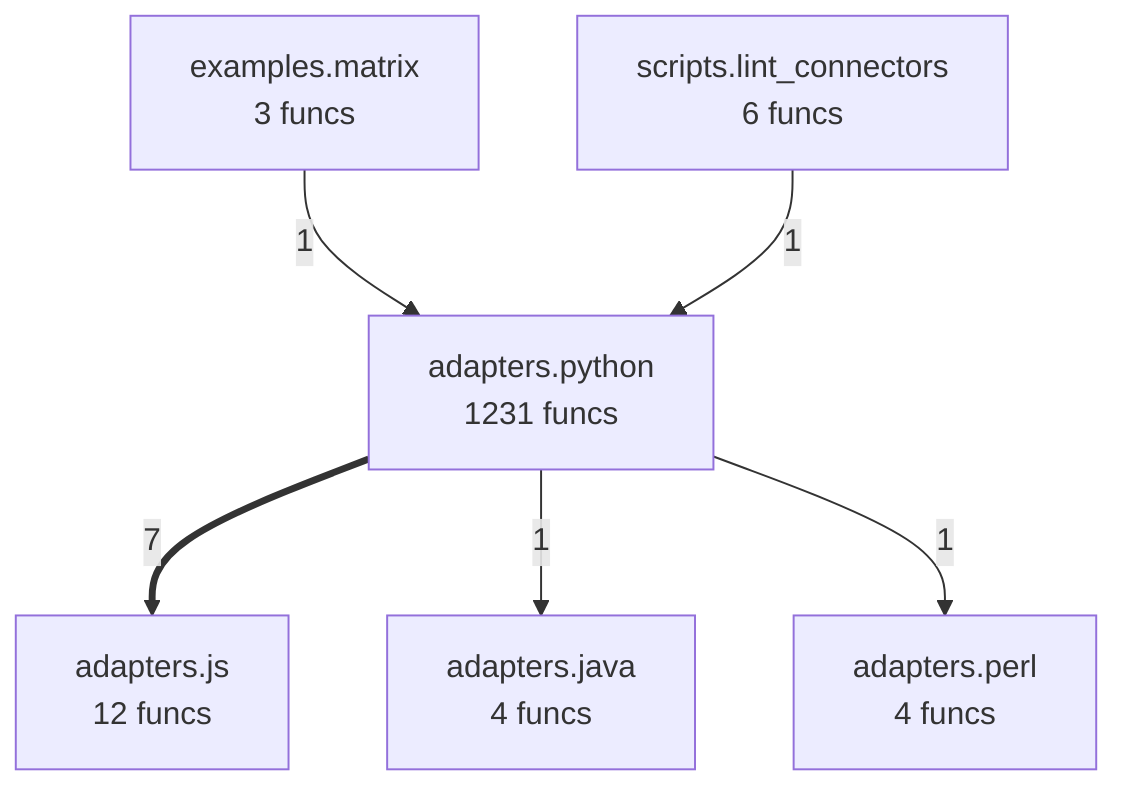
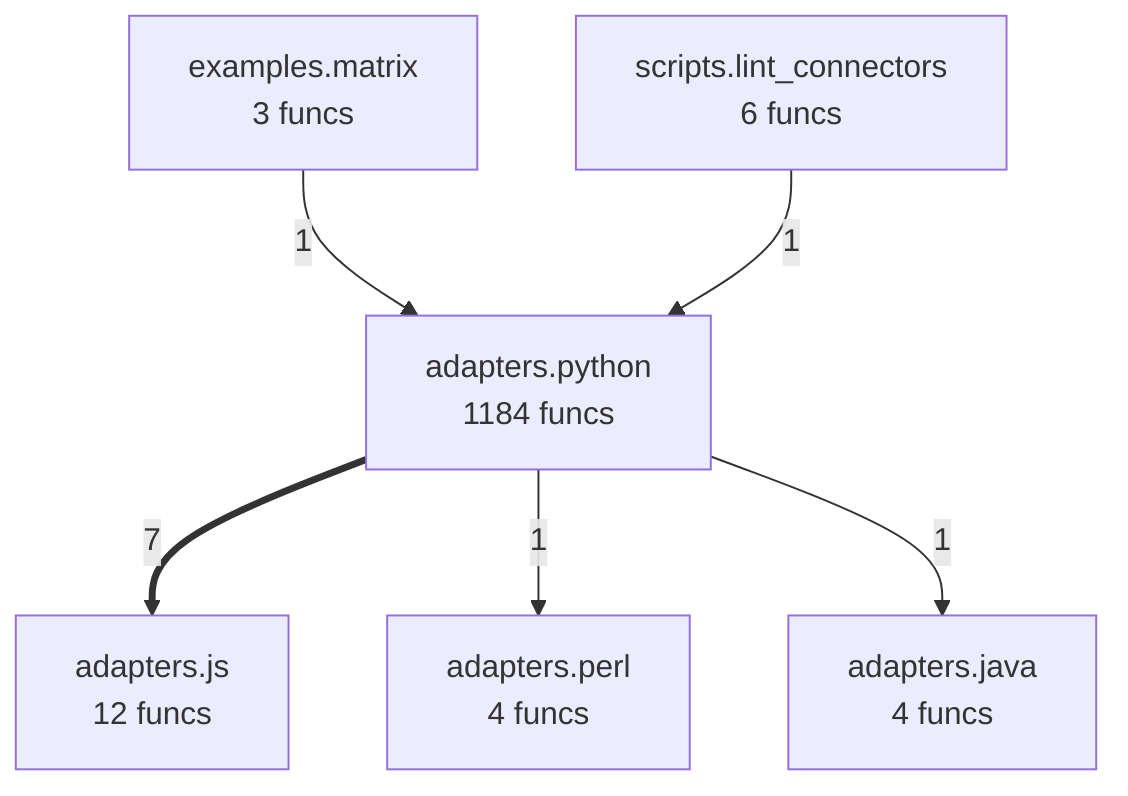
flowchart TD
- %% generated in 0.04s
+ %% generated in 0.03s
    adapters__java["adapters.java<br/>4 funcs"]
    adapters__js["adapters.js<br/>12 funcs"]
    adapters__perl["adapters.perl<br/>4 funcs"]
-     adapters__python["adapters.python<br/>1231 funcs"]
+     adapters__python["adapters.python<br/>1184 funcs"]
    examples__matrix["examples.matrix<br/>3 funcs"]
    scripts__lint_connectors["scripts.lint_connectors<br/>6 funcs"]
    adapters__python ==>|7| adapters__js
    examples__matrix -->|1| adapters__python
    scripts__lint_connectors -->|1| adapters__python
+     adapters__python -->|1| adapters__perl
    adapters__python -->|1| adapters__java
-     adapters__python -->|1| adapters__perl
